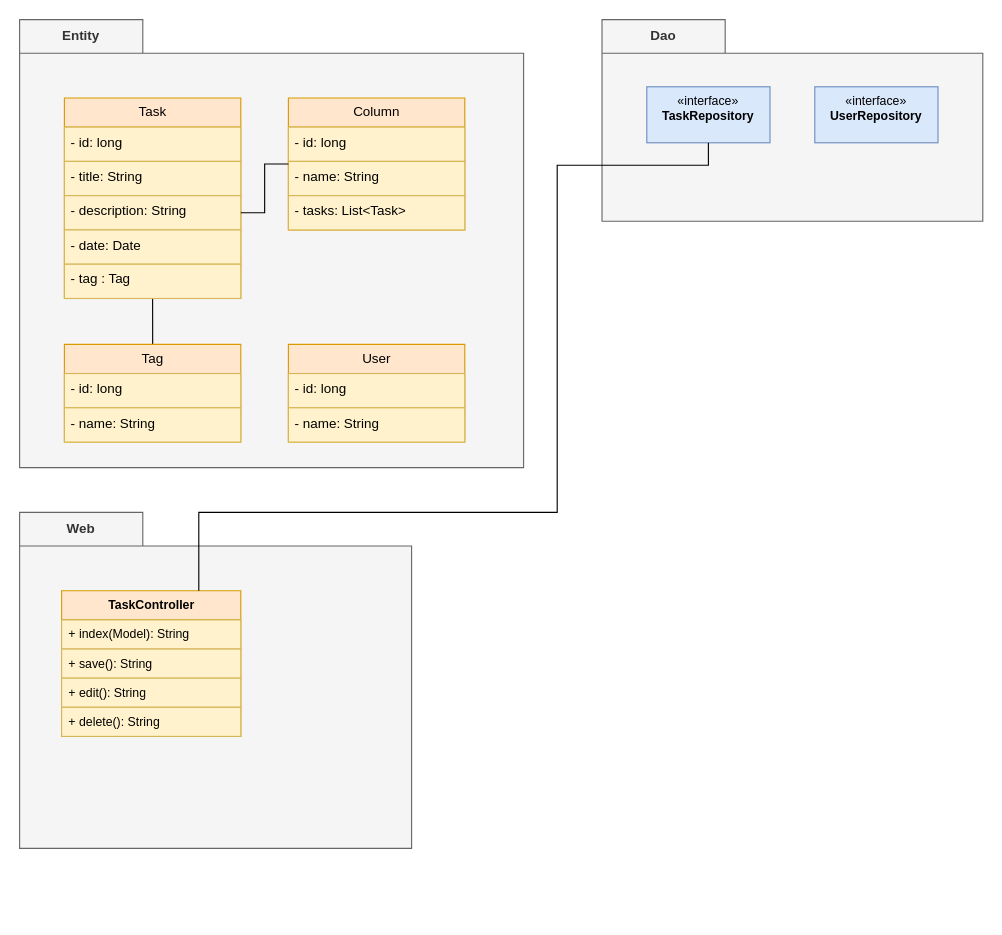
KMorere/spring-eval keeps this draw.io diagram as page "Class" (1 of 2) of doc/uml/Boardle.drawio. Above is the earlier version. Source tidied: cells renumbered, new cells numbered last; positions are measured from the earlier drawing's top-left corner, leaving out a move shared by most shapes. Both pictures are drawn from the tidied source at 112%, with x=0, y=0 at pixel (19, 19).
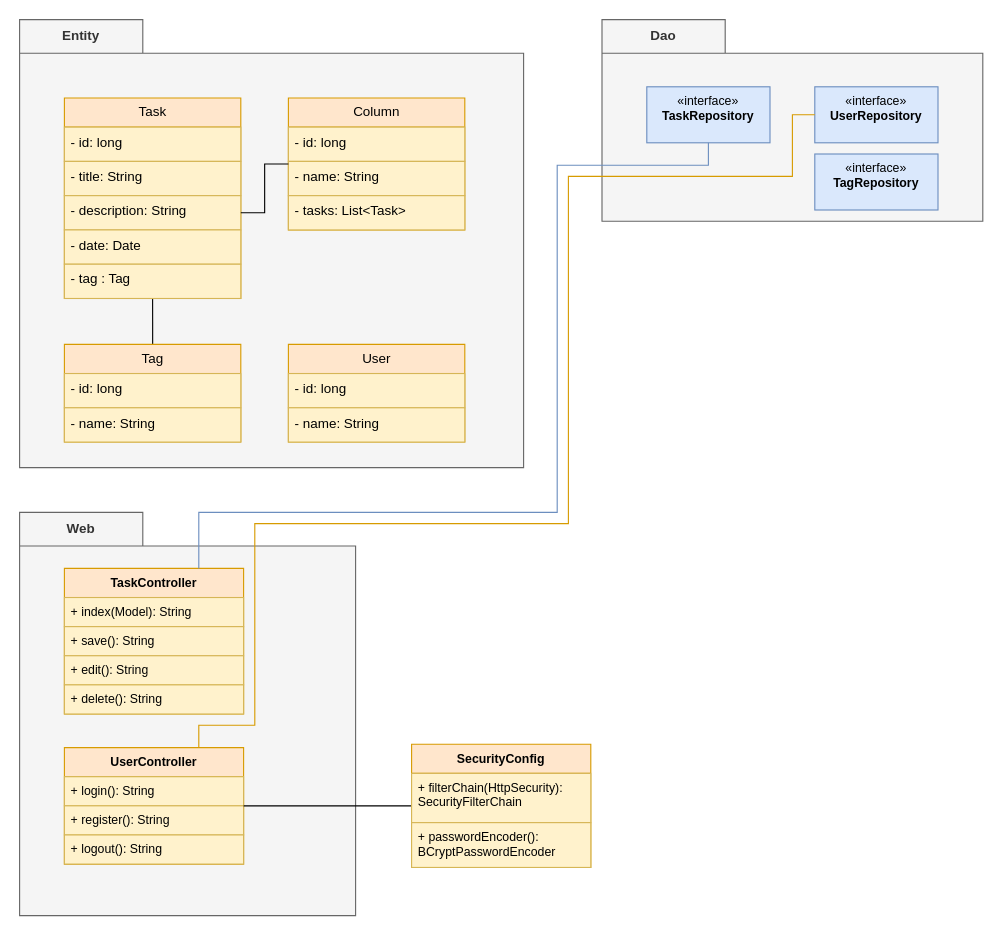
Above is the later version.

Commit message (it also covers changes not shown here):
Updated class diagram and added png files.

The change refers to these unchanged cells:
```xml
<mxCell id="22" value="Dao" style="shape=folder;fontStyle=1;tabWidth=110;tabHeight=30;tabPosition=left;html=1;boundedLbl=1;labelInHeader=1;whiteSpace=wrap;fillColor=#f5f5f5;fontColor=#333333;strokeColor=#666666;" parent="1" vertex="1">
  <mxGeometry x="520" width="340" height="180" as="geometry" />
</mxCell>
<mxCell id="24" value="«interface»&lt;br&gt;&lt;b&gt;TaskRepository&lt;/b&gt;" style="html=1;whiteSpace=wrap;strokeColor=#6c8ebf;align=center;verticalAlign=top;fontFamily=Helvetica;fontSize=11;fontColor=default;labelBackgroundColor=none;fillColor=#dae8fc;" parent="22" vertex="1">
  <mxGeometry x="40" y="60" width="110" height="50" as="geometry" />
</mxCell>
<mxCell id="25" value="«interface»&lt;br&gt;&lt;b&gt;UserRepository&lt;/b&gt;" style="html=1;whiteSpace=wrap;strokeColor=#6c8ebf;align=center;verticalAlign=top;fontFamily=Helvetica;fontSize=11;fontColor=default;labelBackgroundColor=none;fillColor=#dae8fc;" parent="22" vertex="1">
  <mxGeometry x="190" y="60" width="110" height="50" as="geometry" />
</mxCell>
```

What changed in the source:
```diff
@@
+    <mxCell id="34" value="«interface»&lt;br&gt;&lt;b&gt;TagRepository&lt;/b&gt;" style="html=1;whiteSpace=wrap;strokeColor=#6c8ebf;align=center;verticalAlign=top;fontFamily=Helvetica;fontSize=11;fontColor=default;labelBackgroundColor=none;fillColor=#dae8fc;" parent="22" vertex="1">
+      <mxGeometry x="190" y="120" width="110" height="50" as="geometry" />
+    </mxCell>
     <mxCell id="26" value="Web" style="shape=folder;fontStyle=1;tabWidth=110;tabHeight=30;tabPosition=left;html=1;boundedLbl=1;labelInHeader=1;whiteSpace=wrap;fillColor=#f5f5f5;fontColor=#333333;strokeColor=#666666;" parent="1" vertex="1">
-      <mxGeometry y="440" width="350" height="300" as="geometry" />
+      <mxGeometry y="440" width="300" height="360" as="geometry" />
     </mxCell>
     <mxCell id="27" style="html=1;strokeColor=none;fillColor=none;whiteSpace=wrap;" parent="26" vertex="1">
-      <mxGeometry width="350" height="210" relative="1" as="geometry">
+      <mxGeometry width="300" height="252" relative="1" as="geometry">
         <mxPoint y="30" as="offset" />
       </mxGeometry>
     </mxCell>
     <mxCell id="28" value="TaskController" style="swimlane;fontStyle=1;align=center;verticalAlign=top;horizontal=1;startSize=26;whiteSpace=wrap;html=1;strokeColor=#d79b00;fontFamily=Helvetica;fontSize=11;fontColor=default;labelBackgroundColor=none;fillColor=#ffe6cc;" parent="26" vertex="1">
-      <mxGeometry x="37.5" y="70" width="160" height="130" as="geometry" />
+      <mxGeometry x="40" y="50" width="160" height="130" as="geometry" />
     </mxCell>
@@
+    <mxCell id="35" value="UserController" style="swimlane;fontStyle=1;align=center;verticalAlign=top;horizontal=1;startSize=26;whiteSpace=wrap;html=1;strokeColor=#d79b00;fontFamily=Helvetica;fontSize=11;fontColor=default;labelBackgroundColor=none;fillColor=#ffe6cc;" parent="26" vertex="1">
+      <mxGeometry x="40" y="210" width="160" height="104" as="geometry" />
+    </mxCell>
+    <mxCell id="36" value="+ login(): String" style="text;strokeColor=#d6b656;fillColor=#fff2cc;align=left;verticalAlign=top;spacingLeft=4;spacingRight=4;overflow=hidden;whiteSpace=wrap;html=1;fontFamily=Helvetica;fontSize=11;fontStyle=0;labelBackgroundColor=none;horizontal=1;" parent="35" vertex="1">
+      <mxGeometry y="26" width="160" height="26" as="geometry" />
+    </mxCell>
+    <mxCell id="37" value="+ register(): String" style="text;strokeColor=#d6b656;fillColor=#fff2cc;align=left;verticalAlign=top;spacingLeft=4;spacingRight=4;overflow=hidden;whiteSpace=wrap;html=1;fontFamily=Helvetica;fontSize=11;fontStyle=0;labelBackgroundColor=none;horizontal=1;" parent="35" vertex="1">
+      <mxGeometry y="52" width="160" height="26" as="geometry" />
+    </mxCell>
+    <mxCell id="38" value="+ logout(): String" style="text;strokeColor=#d6b656;fillColor=#fff2cc;align=left;verticalAlign=top;spacingLeft=4;spacingRight=4;overflow=hidden;whiteSpace=wrap;html=1;fontFamily=Helvetica;fontSize=11;fontStyle=0;labelBackgroundColor=none;horizontal=1;" parent="35" vertex="1">
+      <mxGeometry y="78" width="160" height="26" as="geometry" />
+    </mxCell>
-    <mxCell id="33" style="edgeStyle=orthogonalEdgeStyle;shape=connector;rounded=0;jettySize=auto;html=1;strokeColor=default;align=center;verticalAlign=middle;fontFamily=Helvetica;fontSize=11;fontColor=default;fontStyle=0;labelBackgroundColor=none;horizontal=1;endArrow=none;endFill=0;" parent="1" edge="1" source="28" target="24">
+    <mxCell id="33" style="edgeStyle=orthogonalEdgeStyle;shape=connector;rounded=0;jettySize=auto;html=1;strokeColor=#6c8ebf;align=center;verticalAlign=middle;fontFamily=Helvetica;fontSize=11;fontColor=default;fontStyle=0;labelBackgroundColor=none;horizontal=1;endArrow=none;endFill=0;fillColor=#dae8fc;" parent="1" edge="1" source="28" target="24">
       <mxGeometry relative="1" as="geometry">
         <Array as="points">
           <mxPoint x="160" y="440" />
           <mxPoint x="480" y="440" />
           <mxPoint x="480" y="130" />
           <mxPoint x="615" y="130" />
         </Array>
       </mxGeometry>
     </mxCell>
+    <mxCell id="39" style="edgeStyle=orthogonalEdgeStyle;rounded=0;jettySize=auto;html=1;endArrow=none;endFill=0;fillColor=#ffe6cc;strokeColor=#d79b00;" parent="1" edge="1" source="25" target="35">
+      <mxGeometry relative="1" as="geometry">
+        <Array as="points">
+          <mxPoint x="690" y="85" />
+          <mxPoint x="690" y="140" />
+          <mxPoint x="490" y="140" />
+          <mxPoint x="490" y="450" />
+          <mxPoint x="210" y="450" />
+          <mxPoint x="210" y="630" />
+          <mxPoint x="160" y="630" />
+        </Array>
+      </mxGeometry>
+    </mxCell>
+    <mxCell id="40" style="edgeStyle=orthogonalEdgeStyle;rounded=0;jettySize=auto;html=1;endArrow=none;endFill=0;" parent="1" edge="1" source="41" target="35">
+      <mxGeometry relative="1" as="geometry" />
+    </mxCell>
+    <mxCell id="41" value="SecurityConfig" style="swimlane;fontStyle=1;align=center;verticalAlign=top;horizontal=1;startSize=26;whiteSpace=wrap;html=1;strokeColor=#d79b00;fontFamily=Helvetica;fontSize=11;fontColor=default;labelBackgroundColor=none;fillColor=#ffe6cc;" parent="1" vertex="1">
+      <mxGeometry x="350" y="647" width="160" height="110" as="geometry" />
+    </mxCell>
+    <mxCell id="42" value="+ filterChain(HttpSecurity): SecurityFilterChain" style="text;strokeColor=#d6b656;fillColor=#fff2cc;align=left;verticalAlign=top;spacingLeft=4;spacingRight=4;overflow=hidden;whiteSpace=wrap;html=1;fontFamily=Helvetica;fontSize=11;fontStyle=0;labelBackgroundColor=none;horizontal=1;" parent="41" vertex="1">
+      <mxGeometry y="26" width="160" height="44" as="geometry" />
+    </mxCell>
+    <mxCell id="43" value="+ passwordEncoder(): BCryptPasswordEncoder" style="text;strokeColor=#d6b656;fillColor=#fff2cc;align=left;verticalAlign=top;spacingLeft=4;spacingRight=4;overflow=hidden;whiteSpace=wrap;html=1;fontFamily=Helvetica;fontSize=11;fontStyle=0;labelBackgroundColor=none;horizontal=1;" parent="41" vertex="1">
+      <mxGeometry y="70" width="160" height="40" as="geometry" />
+    </mxCell>
```
